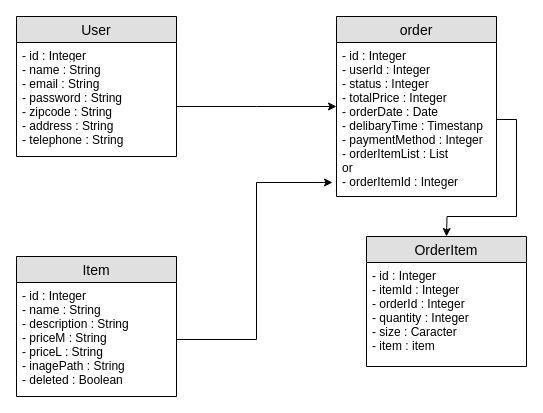
Above: resources/ER図/basicTable.drawio in mrstsgk/LaravelMarket (draw.io), before the change. Source tidied: cells renumbered, new cells numbered last; positions are measured from the earlier drawing's top-left corner, leaving out a move shared by most shapes. Both pictures are drawn from the tidied source at 100%, with x=0, y=0 at pixel (16, 16).
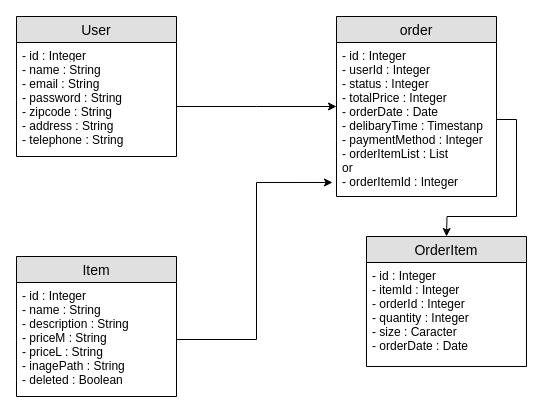
The same diagram, later.

The edit, as a diff of the source:
```diff
@@
 <mxGraphModel>
   <root>
     <mxCell id="0" />
     <mxCell id="1" parent="0" />
     <mxCell id="2" value="User" style="swimlane;fontStyle=0;horizontal=1;startSize=26;fillColor=#e0e0e0;swimlaneFillColor=#ffffff;align=center;fontSize=14;" parent="1" vertex="1">
       <mxGeometry width="160" height="140" as="geometry" />
     </mxCell>
     <mxCell id="3" value="- id : Integer" style="text;strokeColor=none;fillColor=none;spacingLeft=4;spacingRight=4;overflow=hidden;fontSize=12;" parent="2" vertex="1">
       <mxGeometry y="26" width="160" height="14" as="geometry" />
     </mxCell>
     <mxCell id="4" value="- name : String&#10;- email : String&#10;- password : String&#10;- zipcode : String&#10;- address : String&#10;- telephone : String&#10;" style="text;strokeColor=none;fillColor=none;spacingLeft=4;spacingRight=4;overflow=hidden;points=[[0,0.5],[1,0.5]];portConstraint=eastwest;fontSize=12;" parent="2" vertex="1">
       <mxGeometry y="40" width="160" height="100" as="geometry" />
     </mxCell>
     <mxCell id="5" value="Item" style="swimlane;fontStyle=0;horizontal=1;startSize=26;fillColor=#e0e0e0;swimlaneFillColor=#ffffff;align=center;fontSize=14;" parent="1" vertex="1">
       <mxGeometry y="240" width="160" height="140" as="geometry" />
     </mxCell>
     <mxCell id="6" value="- id : Integer&#10;- name : String&#10;- description : String&#10;- priceM : String&#10;- priceL : String&#10;- inagePath : String&#10;- deleted : Boolean" style="text;strokeColor=none;fillColor=none;spacingLeft=4;spacingRight=4;overflow=hidden;points=[[0,0.5],[1,0.5]];portConstraint=eastwest;fontSize=12;" parent="5" vertex="1">
       <mxGeometry y="26" width="160" height="114" as="geometry" />
     </mxCell>
     <mxCell id="7" value="OrderItem" style="swimlane;fontStyle=0;horizontal=1;startSize=26;fillColor=#e0e0e0;swimlaneFillColor=#ffffff;align=center;fontSize=14;" parent="1" vertex="1">
       <mxGeometry x="350" y="220" width="160" height="130" as="geometry" />
     </mxCell>
-    <mxCell id="8" value="- id : Integer&#10;- itemId : Integer&#10;- orderId : Integer&#10;- quantity : Integer&#10;- size : Caracter&#10;- item : item  " style="text;strokeColor=none;fillColor=none;spacingLeft=4;spacingRight=4;overflow=hidden;fontSize=12;" parent="7" vertex="1">
+    <mxCell id="8" value="- id : Integer&#10;- itemId : Integer&#10;- orderId : Integer&#10;- quantity : Integer&#10;- size : Caracter&#10;- orderDate : Date" style="text;strokeColor=none;fillColor=none;spacingLeft=4;spacingRight=4;overflow=hidden;fontSize=12;" parent="7" vertex="1">
       <mxGeometry y="26" width="160" height="104" as="geometry" />
     </mxCell>
     <mxCell id="9" value="order" style="swimlane;fontStyle=0;horizontal=1;startSize=26;fillColor=#e0e0e0;swimlaneFillColor=#ffffff;align=center;fontSize=14;" parent="1" vertex="1">
       <mxGeometry x="320" width="160" height="180" as="geometry" />
     </mxCell>
     <mxCell id="10" value="- id : Integer&#10;- userId : Integer&#10;- status : Integer&#10;- totalPrice : Integer&#10;- orderDate : Date&#10;- delibaryTime : Timestanp&#10;- paymentMethod : Integer&#10;- orderItemList : List&#10;or&#10;- orderItemId : Integer" style="text;strokeColor=none;fillColor=none;spacingLeft=4;spacingRight=4;overflow=hidden;points=[[0,0.5],[1,0.5]];portConstraint=eastwest;fontSize=12;" parent="9" vertex="1">
       <mxGeometry y="26" width="160" height="154" as="geometry" />
     </mxCell>
     <mxCell id="11" style="edgeStyle=orthogonalEdgeStyle;rounded=0;jettySize=auto;html=1;exitX=1;exitY=0.5;exitDx=0;exitDy=0;" parent="1" edge="1" source="4">
       <mxGeometry relative="1" as="geometry">
         <mxPoint x="320" y="90" as="targetPoint" />
       </mxGeometry>
     </mxCell>
     <mxCell id="12" style="edgeStyle=orthogonalEdgeStyle;rounded=0;jettySize=auto;html=1;entryX=-0.025;entryY=0.909;entryDx=0;entryDy=0;entryPerimeter=0;" parent="1" edge="1" source="6" target="10">
       <mxGeometry relative="1" as="geometry" />
     </mxCell>
     <mxCell id="13" style="edgeStyle=orthogonalEdgeStyle;rounded=0;jettySize=auto;html=1;" parent="1" edge="1" source="10">
       <mxGeometry relative="1" as="geometry">
         <mxPoint x="430" y="220" as="targetPoint" />
       </mxGeometry>
     </mxCell>
   </root>
 </mxGraphModel>
```
